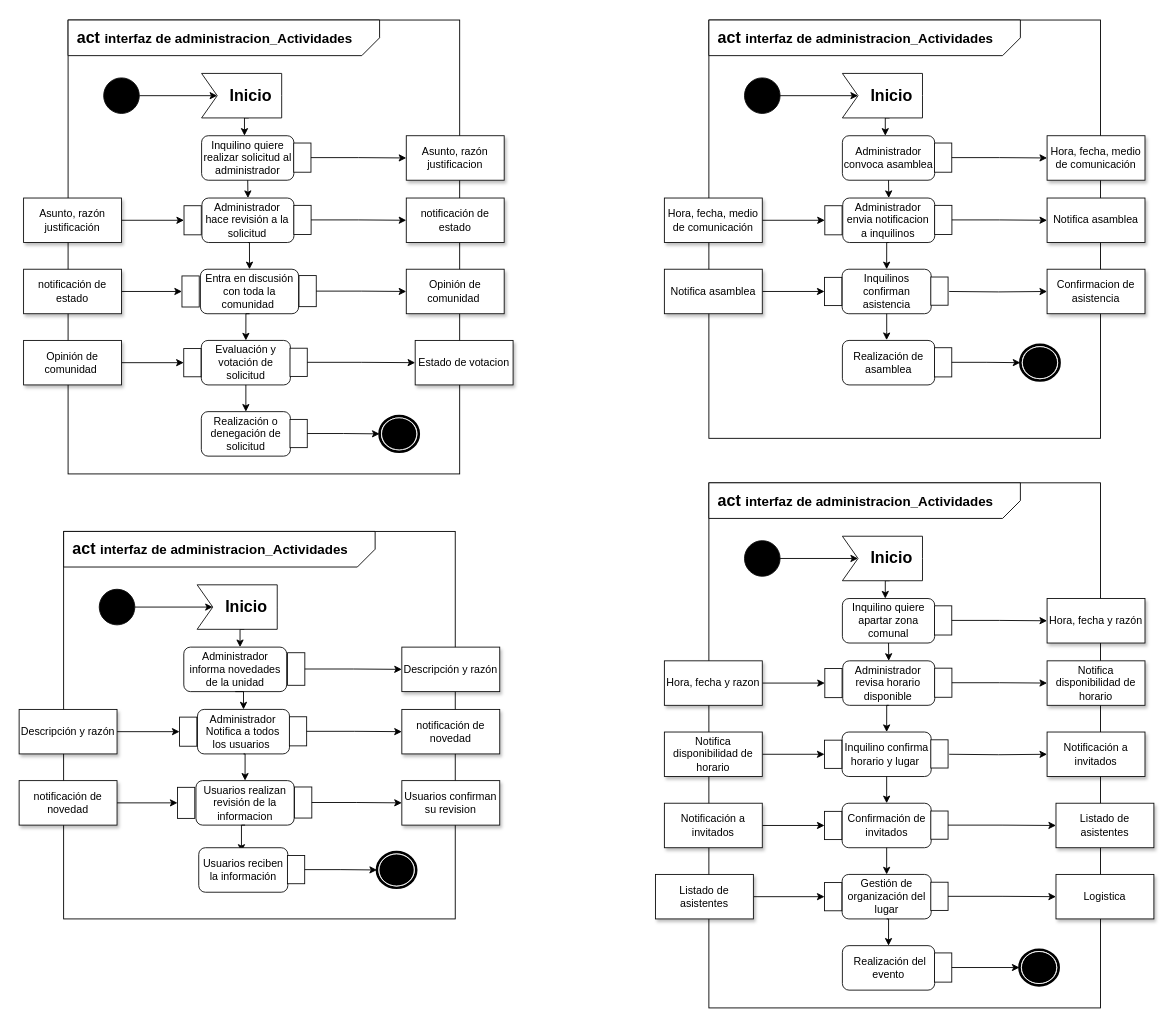
The draw.io diagram Untitled Diagram.drawio in mnivia/Administracion-unidades-cerradas, before the edit. Source tidied: cells renumbered, new cells numbered last; positions are measured from the earlier drawing's top-left corner, leaving out a move shared by most shapes. Both pictures are drawn from the tidied source at 89%, with x=0, y=0 at pixel (19, 20).
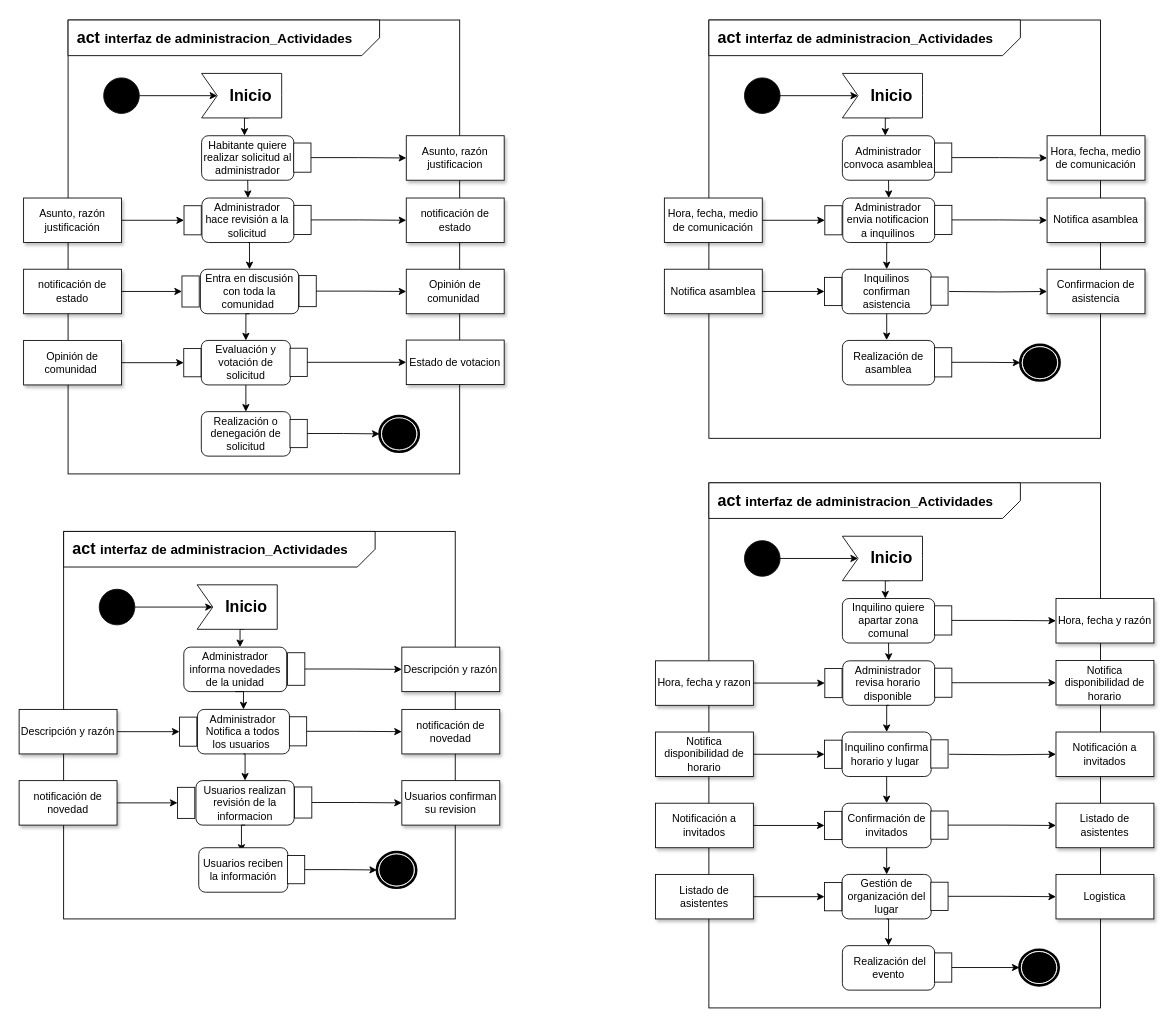
Above is the later version.

The change refers to these unchanged cells:
```xml
<mxCell id="106" style="group;" parent="1" vertex="1">
  <mxGeometry x="205" y="130" width="130" height="50" as="geometry" />
</mxCell>
```

The edit, as a diff of the source:
```diff
@@
     <mxCell id="56" value="Hora, fecha y razón" style="rounded=0;whiteSpace=wrap;html=1;strokeColor=#0D0D0D;fillColor=#FFFFFF;shadow=1;" parent="1" vertex="1">
-      <mxGeometry x="1155" y="650" width="110" height="50" as="geometry" />
+      <mxGeometry x="1165" y="650" width="110" height="50" as="geometry" />
     </mxCell>
     <mxCell id="57" value="Notifica disponibilidad de horario" style="rounded=0;whiteSpace=wrap;html=1;strokeColor=#0D0D0D;fillColor=#FFFFFF;shadow=1;" parent="1" vertex="1">
-      <mxGeometry x="1155" y="720" width="110" height="50" as="geometry" />
+      <mxGeometry x="1165" y="719.6" width="110" height="50" as="geometry" />
     </mxCell>
@@
     <mxCell id="59" value="Notifica disponibilidad de horario" style="rounded=0;whiteSpace=wrap;html=1;strokeColor=#0D0D0D;fillColor=#FFFFFF;shadow=1;" parent="1" vertex="1">
-      <mxGeometry x="725" y="800" width="110" height="50" as="geometry" />
+      <mxGeometry x="715" y="800" width="110" height="50" as="geometry" />
     </mxCell>
@@
     <mxCell id="66" value="Hora, fecha y razon" style="rounded=0;whiteSpace=wrap;html=1;strokeColor=#0D0D0D;fillColor=#FFFFFF;shadow=1;" parent="1" vertex="1">
-      <mxGeometry x="725" y="720" width="110" height="50" as="geometry" />
+      <mxGeometry x="715" y="720" width="110" height="50" as="geometry" />
     </mxCell>
     <mxCell id="67" value="Notificación a invitados" style="rounded=0;whiteSpace=wrap;html=1;strokeColor=#0D0D0D;fillColor=#FFFFFF;shadow=1;" parent="1" vertex="1">
-      <mxGeometry x="1155" y="800" width="110" height="50" as="geometry" />
+      <mxGeometry x="1165" y="800" width="110" height="50" as="geometry" />
     </mxCell>
@@
     <mxCell id="78" value="Notificación a invitados" style="rounded=0;whiteSpace=wrap;html=1;strokeColor=#0D0D0D;fillColor=#FFFFFF;shadow=1;" parent="1" vertex="1">
-      <mxGeometry x="725" y="880" width="110" height="50" as="geometry" />
+      <mxGeometry x="715" y="880" width="110" height="50" as="geometry" />
     </mxCell>
@@
-    <mxCell id="107" value="Inquilino quiere realizar solicitud al administrador" style="rounded=1;whiteSpace=wrap;html=1;strokeColor=#0D0D0D;fillColor=#FFFFFF;" parent="106" vertex="1">
+    <mxCell id="107" value="Habitante quiere realizar solicitud al administrador" style="rounded=1;whiteSpace=wrap;html=1;strokeColor=#0D0D0D;fillColor=#FFFFFF;" parent="106" vertex="1">
       <mxGeometry width="103.7" height="50" as="geometry" />
     </mxCell>
@@
     <mxCell id="139" value="Estado de votacion" style="rounded=0;whiteSpace=wrap;html=1;strokeColor=#0D0D0D;fillColor=#FFFFFF;shadow=1;" parent="1" vertex="1">
-      <mxGeometry x="445" y="360" width="110" height="50" as="geometry" />
+      <mxGeometry x="435" y="359.6" width="110" height="50" as="geometry" />
     </mxCell>
```
